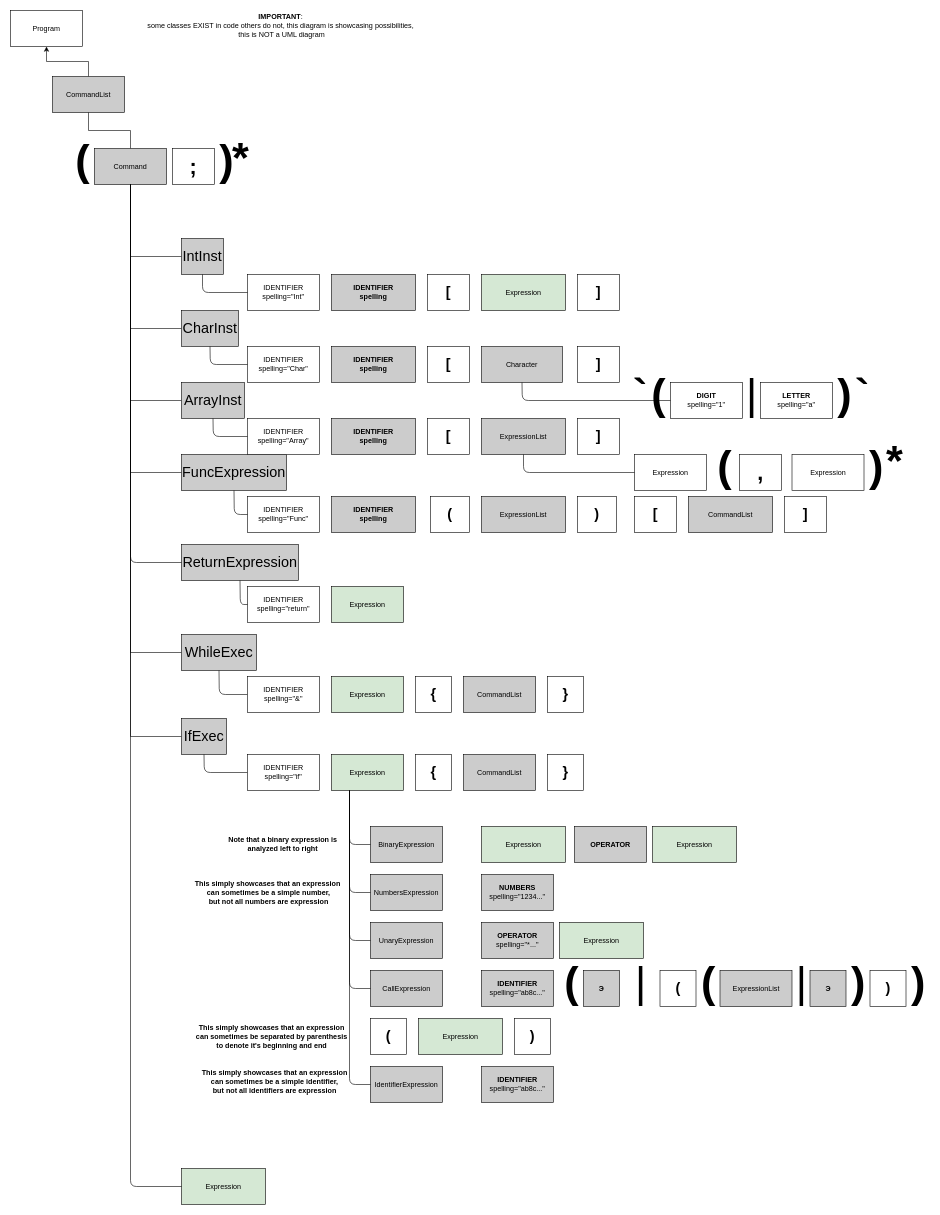
Earlier version of the draw.io diagram Assignments/EST Diagram WIP.drawio (mungiu/CMC). Source tidied: cells renumbered, new cells numbered last; positions are measured from the earlier drawing's top-left corner, leaving out a move shared by most shapes. Both pictures are drawn from the tidied source at 60%, with x=0, y=0 at pixel (10, 10).
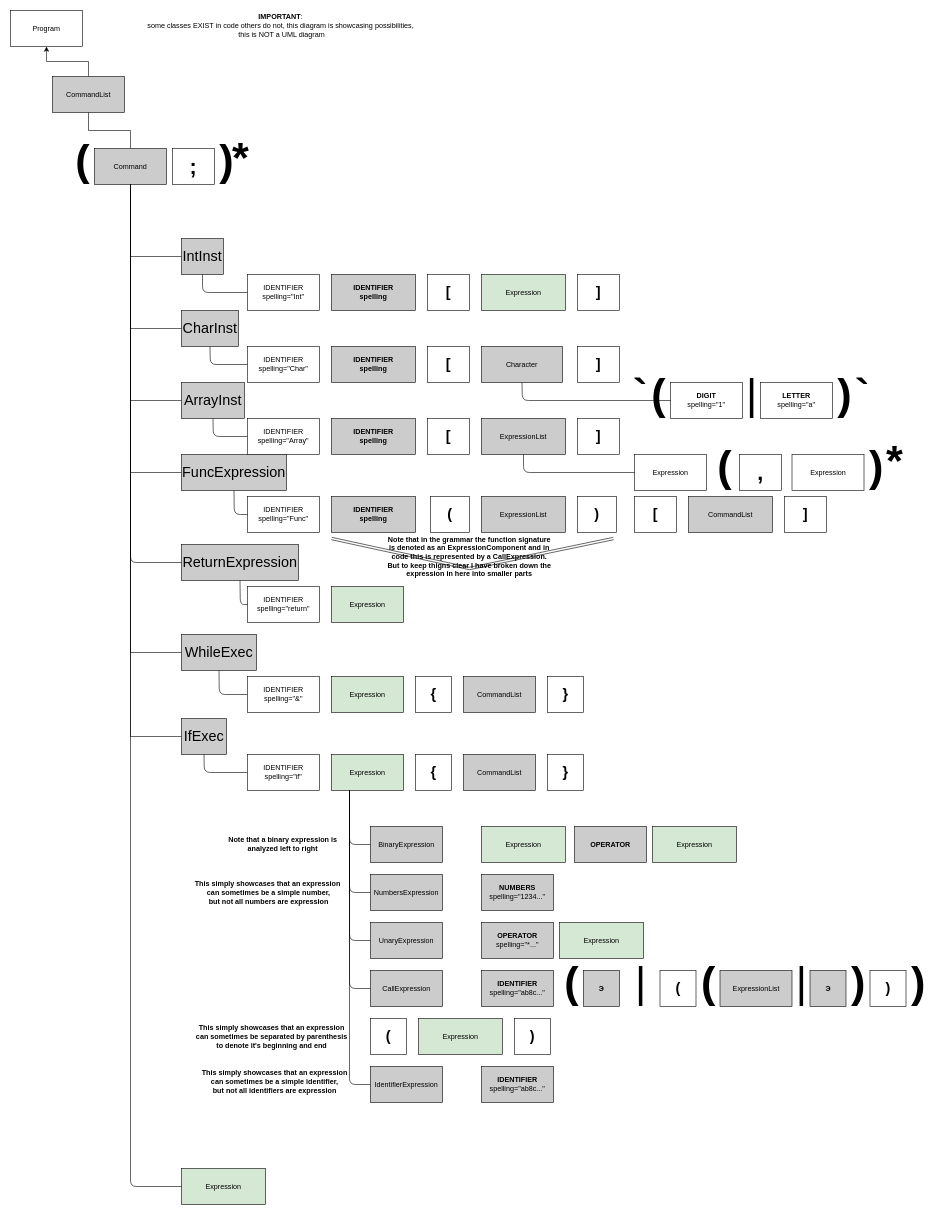
After the change.

What changed in the source:
```diff
@@
+    <mxCell id="121" value="Note that in the grammar the function signature is denoted as an ExpressionComponent and in code this is represented by a CallExpression. But to keep thigns clear I have broken down the expression in here into smaller parts" style="text;html=1;strokeColor=none;fillColor=none;align=center;verticalAlign=middle;whiteSpace=wrap;rounded=0;fontStyle=1;" parent="1" vertex="1">
+      <mxGeometry x="625" y="900" width="280" height="20" as="geometry" />
+    </mxCell>
+    <mxCell id="122" style="endArrow=none;html=1;fontStyle=0;fillColor=#FF2212;shape=link;" parent="1" edge="1">
+      <mxGeometry relative="1" as="geometry">
+        <mxPoint x="535" y="880" as="sourcePoint" />
+        <mxPoint x="1005" y="880" as="targetPoint" />
+        <Array as="points">
+          <mxPoint x="765" y="930" />
+        </Array>
+      </mxGeometry>
+    </mxCell>
```
